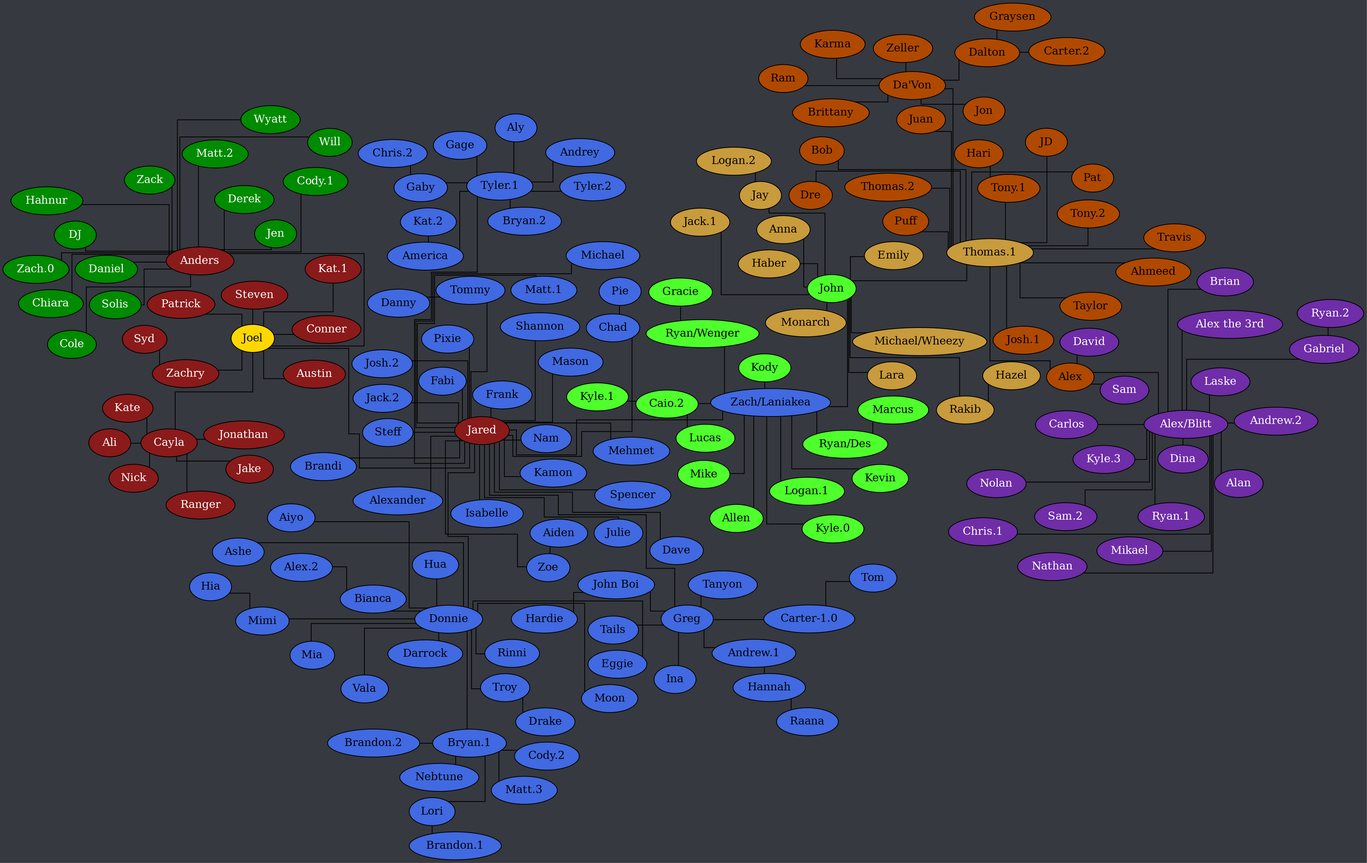
Above: tree.png in Documidas/CoronaCatzFamilyTree (Graphviz), before the change. Its source is kept beside it as tree.dot.
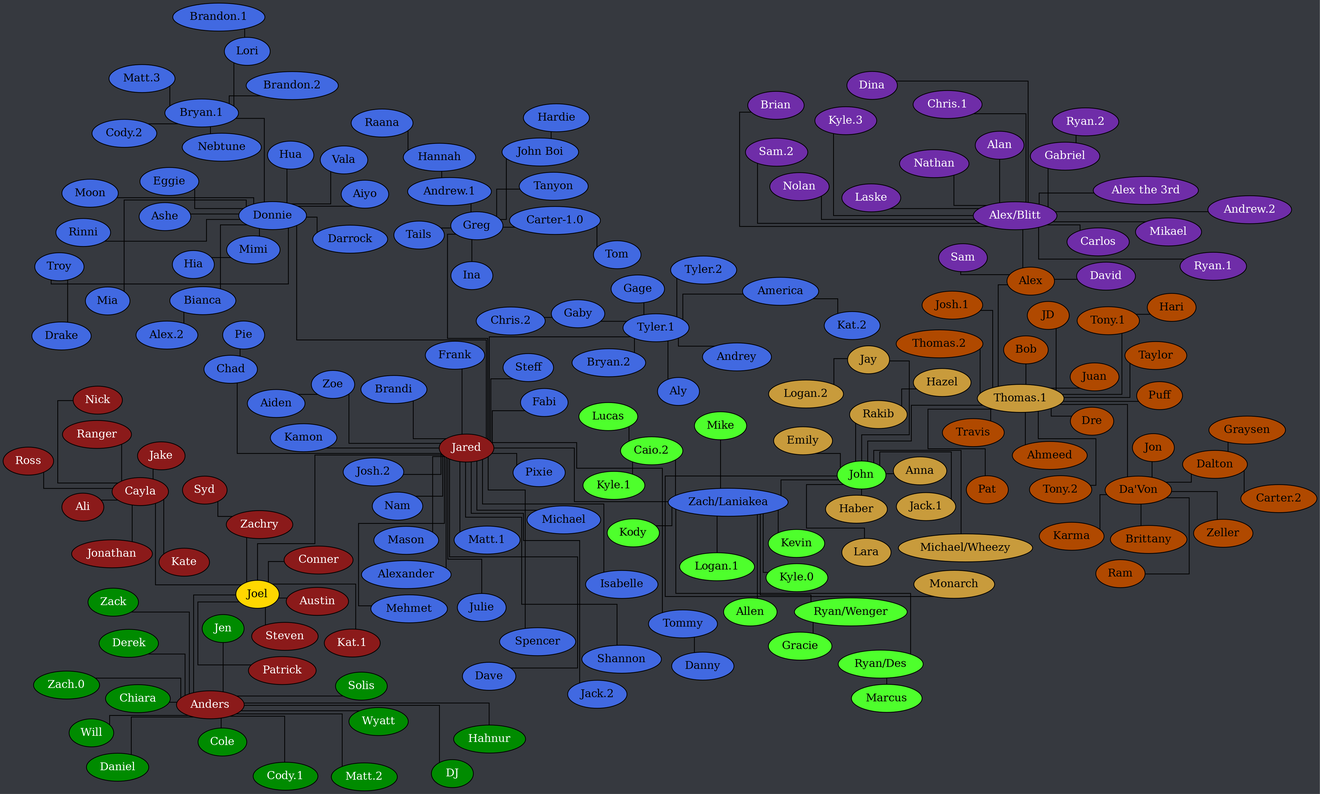
After the commit.

The edit, as a diff of the source:
```diff
@@ -21,6 +21,7 @@
 		Cayla -- Kate;
 		Cayla -- Nick;
 		Cayla -- Ranger;
+		Cayla -- Ross;
 		Joel -- Anders;
 		Joel -- Austin;
 		Joel -- Cayla;
```
